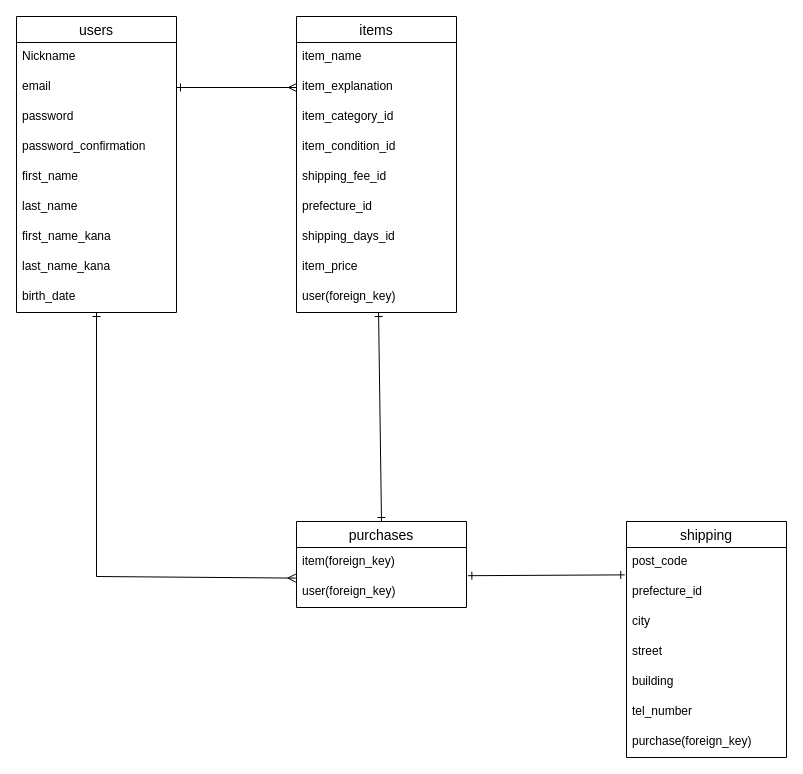
This is ER.dio from macoyuu/furima-40459, a draw.io file, before an edit. Source tidied: cells renumbered, new cells numbered last; positions are measured from the earlier drawing's top-left corner, leaving out a move shared by most shapes. Both pictures are drawn from the tidied source at 100%, with x=0, y=0 at pixel (16, 16).
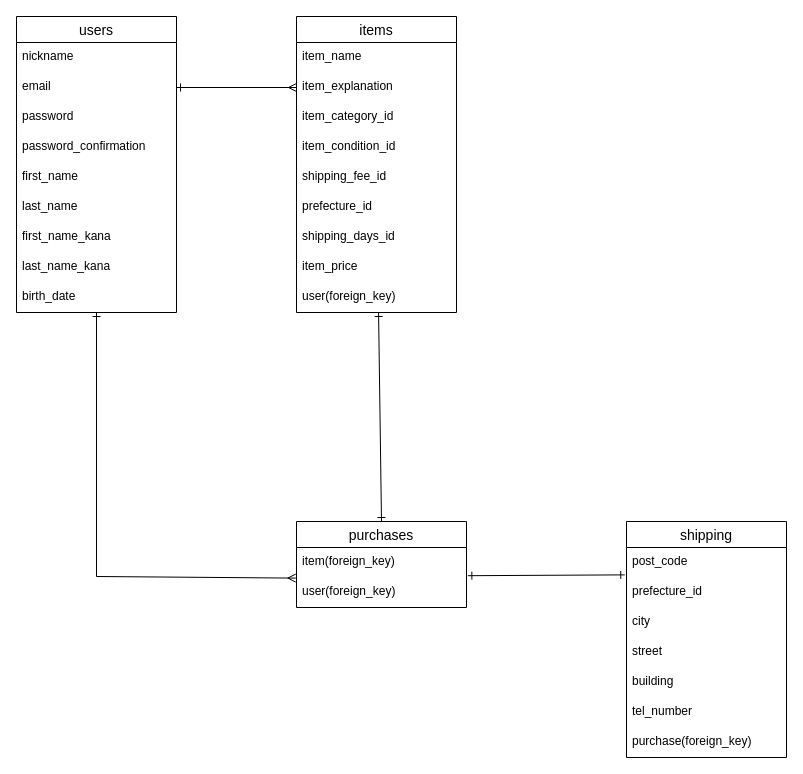
After the change.

Unchanged cells that the change refers to:
```xml
<mxCell id="3" value="users" style="swimlane;fontStyle=0;horizontal=1;startSize=26;align=center;fontSize=14;" parent="1" vertex="1">
  <mxGeometry width="160" height="296" as="geometry" />
</mxCell>
```

Diff of the diagram source:
```diff
@@
-    <mxCell id="4" value="Nickname" style="text;strokeColor=none;fillColor=none;spacingLeft=4;spacingRight=4;overflow=hidden;fontSize=12;" parent="3" vertex="1">
+    <mxCell id="4" value="nickname" style="text;strokeColor=none;fillColor=none;spacingLeft=4;spacingRight=4;overflow=hidden;fontSize=12;" parent="3" vertex="1">
       <mxGeometry y="26" width="160" height="30" as="geometry" />
     </mxCell>
```
